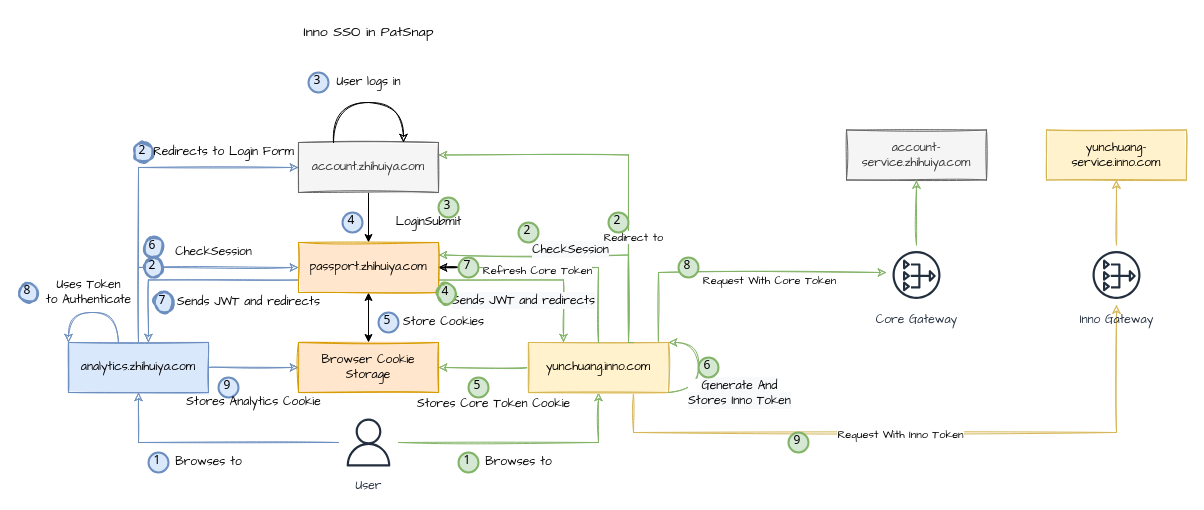
Before: page "第 1 页" (1 of 2) of inno sso.drawio in yindongjun/gangzhang.github.io, a draw.io diagram. Source tidied: cells renumbered, new cells numbered last; positions are measured from the earlier drawing's top-left corner, leaving out a move shared by most shapes. Both pictures are drawn from the tidied source at 100%, with x=0, y=0 at pixel (18, 17).
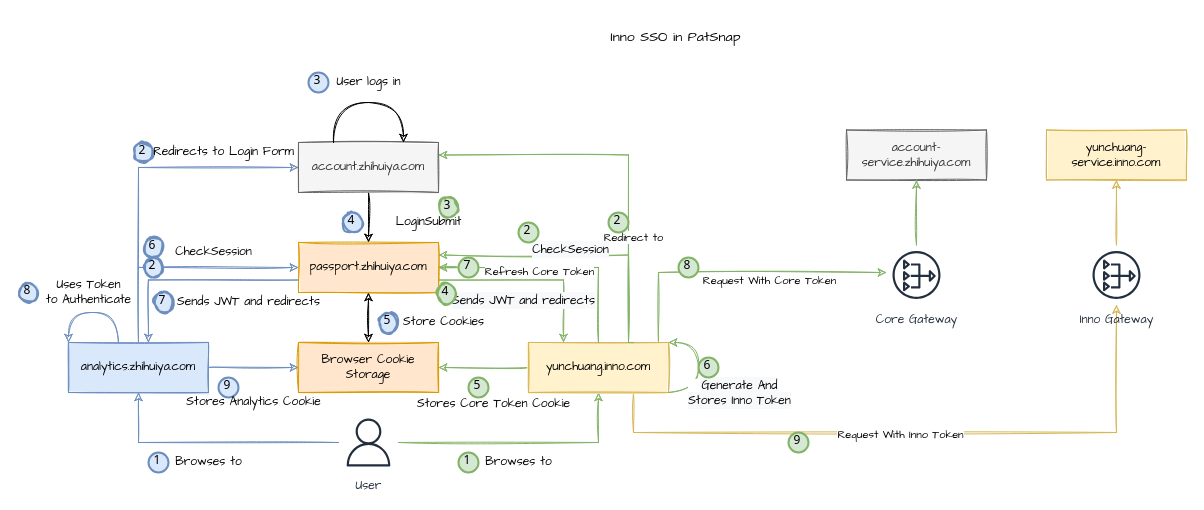
The same diagram, later.

The change refers to these unchanged cells:
```xml
<mxCell id="23" value="account.zhihuiya.com" style="rounded=0;whiteSpace=wrap;html=1;fontFamily=Comic Sans MS;fillColor=#f5f5f5;fontColor=#333333;strokeColor=#666666;fillStyle=solid;sketch=1;" parent="1" vertex="1">
  <mxGeometry x="280" y="125" width="140" height="50" as="geometry" />
</mxCell>
<mxCell id="24" value="Browser Cookie Storage" style="rounded=0;whiteSpace=wrap;html=1;fontFamily=Comic Sans MS;fillColor=#ffe6cc;strokeColor=#d79b00;fillStyle=solid;sketch=1;" parent="1" vertex="1">
  <mxGeometry x="280" y="325" width="140" height="50" as="geometry" />
</mxCell>
<mxCell id="29" value="passport.zhihuiya.com" style="rounded=0;whiteSpace=wrap;html=1;fontFamily=Comic Sans MS;fillColor=#ffe6cc;strokeColor=#d79b00;fillStyle=solid;sketch=1;" parent="1" vertex="1">
  <mxGeometry x="280" y="225" width="140" height="50" as="geometry" />
</mxCell>
<mxCell id="67" value="7" style="ellipse;whiteSpace=wrap;html=1;strokeWidth=2;fontFamily=Tahoma;spacingBottom=4;spacingRight=2;strokeColor=#82b366;fillStyle=solid;fillColor=#d5e8d4;" parent="1" vertex="1">
  <mxGeometry x="440" y="240" width="20" height="20" as="geometry" />
</mxCell>
<mxCell id="68" style="edgeStyle=orthogonalEdgeStyle;rounded=0;sketch=1;jumpStyle=none;jettySize=auto;html=1;entryX=1;entryY=0.5;entryDx=0;entryDy=0;shadow=0;fontFamily=Comic Sans MS;endArrow=none;fillColor=#d5e8d4;strokeColor=#82b366;" parent="1" edge="1" source="17" target="67">
  <mxGeometry relative="1" as="geometry">
    <Array as="points">
      <mxPoint x="580" y="250" />
    </Array>
  </mxGeometry>
</mxCell>
```

The edit, as a diff of the source:
```diff
@@
-    <mxCell id="14" style="edgeStyle=orthogonalEdgeStyle;rounded=0;sketch=1;jumpStyle=none;jettySize=auto;html=1;entryX=1;entryY=0.5;entryDx=0;entryDy=0;shadow=0;fontFamily=Comic Sans MS;startArrow=none;" parent="1" edge="1" source="67" target="29">
+    <mxCell id="14" style="edgeStyle=orthogonalEdgeStyle;rounded=0;sketch=1;jumpStyle=none;jettySize=auto;html=1;entryX=1;entryY=0.5;entryDx=0;entryDy=0;shadow=0;fontFamily=Comic Sans MS;startArrow=none;fillColor=#d5e8d4;strokeColor=#82b366;" parent="1" edge="1" source="67" target="29">
       <mxGeometry relative="1" as="geometry" />
     </mxCell>
@@
-    <mxCell id="20" style="edgeStyle=orthogonalEdgeStyle;rounded=0;jettySize=auto;html=1;fontFamily=Comic Sans MS;startArrow=none;startFill=0;" parent="1" edge="1" source="23" target="29">
+    <mxCell id="20" style="edgeStyle=orthogonalEdgeStyle;rounded=0;jettySize=auto;html=1;fontFamily=Comic Sans MS;startArrow=none;startFill=0;sketch=1;" parent="1" edge="1" source="23" target="29">
       <mxGeometry relative="1" as="geometry" />
     </mxCell>
@@
-    <mxCell id="25" style="edgeStyle=orthogonalEdgeStyle;jettySize=auto;html=1;fontFamily=Comic Sans MS;rounded=0;startArrow=classic;startFill=1;" parent="1" edge="1" source="29" target="24">
+    <mxCell id="25" style="edgeStyle=orthogonalEdgeStyle;jettySize=auto;html=1;fontFamily=Comic Sans MS;rounded=0;startArrow=classic;startFill=1;sketch=1;" parent="1" edge="1" source="29" target="24">
       <mxGeometry relative="1" as="geometry" />
     </mxCell>
@@
-    <mxCell id="38" value="4" style="ellipse;whiteSpace=wrap;html=1;strokeWidth=2;fontFamily=Tahoma;spacingBottom=4;spacingRight=2;strokeColor=#6c8ebf;fillStyle=solid;fillColor=#dae8fc;" parent="1" vertex="1">
+    <mxCell id="38" value="4" style="ellipse;whiteSpace=wrap;html=1;strokeWidth=2;fontFamily=Tahoma;spacingBottom=4;spacingRight=2;strokeColor=#6c8ebf;fillStyle=solid;fillColor=#dae8fc;sketch=1;" parent="1" vertex="1">
       <mxGeometry x="324" y="195" width="20" height="20" as="geometry" />
     </mxCell>
-    <mxCell id="39" value="5" style="ellipse;whiteSpace=wrap;html=1;strokeWidth=2;fontFamily=Tahoma;spacingBottom=4;spacingRight=2;strokeColor=#6c8ebf;fillStyle=solid;fillColor=#dae8fc;" parent="1" vertex="1">
+    <mxCell id="39" value="5" style="ellipse;whiteSpace=wrap;html=1;strokeWidth=2;fontFamily=Tahoma;spacingBottom=4;spacingRight=2;strokeColor=#6c8ebf;fillStyle=solid;fillColor=#dae8fc;sketch=1;" parent="1" vertex="1">
       <mxGeometry x="360" y="295" width="20" height="20" as="geometry" />
     </mxCell>
@@
     <mxCell id="51" value="&lt;font style=&quot;font-size: 14px&quot;&gt;Inno SSO in PatSnap&lt;/font&gt;" style="text;html=1;align=center;verticalAlign=middle;strokeColor=none;fillColor=none;fontFamily=Comic Sans MS;" parent="1" vertex="1">
-      <mxGeometry x="270" width="160" height="30" as="geometry" />
+      <mxGeometry x="577" y="5" width="160" height="30" as="geometry" />
     </mxCell>
@@
-    <mxCell id="55" value="3" style="ellipse;whiteSpace=wrap;html=1;strokeWidth=2;fontFamily=Tahoma;spacingBottom=4;spacingRight=2;strokeColor=#82b366;fillStyle=solid;fillColor=#d5e8d4;" parent="1" vertex="1">
+    <mxCell id="55" value="3" style="ellipse;whiteSpace=wrap;html=1;strokeWidth=2;fontFamily=Tahoma;spacingBottom=4;spacingRight=2;strokeColor=#82b366;fillStyle=solid;fillColor=#d5e8d4;sketch=1;" parent="1" vertex="1">
       <mxGeometry x="420" y="180" width="20" height="20" as="geometry" />
     </mxCell>
@@
     <mxCell id="69" value="Refresh Core Token" style="edgeLabel;html=1;align=center;verticalAlign=middle;fontFamily=Comic Sans MS;" parent="68" vertex="1">
       <mxGeometry x="0.85" y="-3" relative="1" as="geometry">
-        <mxPoint x="43" y="5" as="offset" />
+        <mxPoint x="45" y="6" as="offset" />
       </mxGeometry>
     </mxCell>
```
